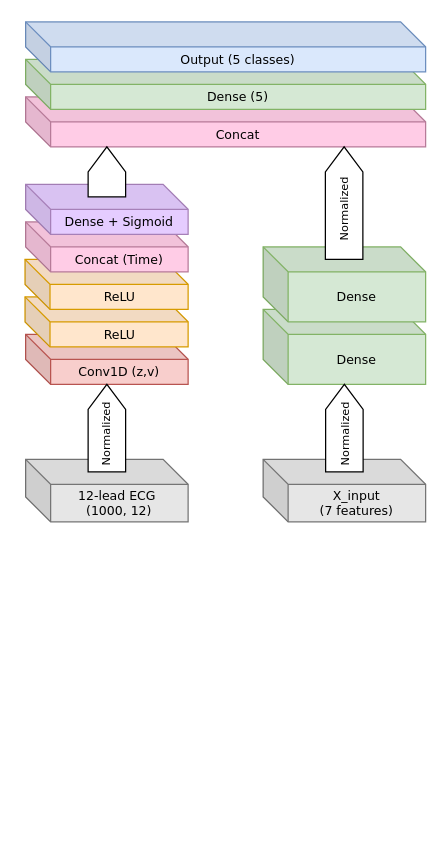
This is CNN.drawio from minh071289/AI_system, a draw.io file, before an edit. Source tidied: cells renumbered, new cells numbered last; positions are measured from the earlier drawing's top-left corner, leaving out a move shared by most shapes. Both pictures are drawn from the tidied source at 125%, with x=0, y=0 at pixel (25, 21).
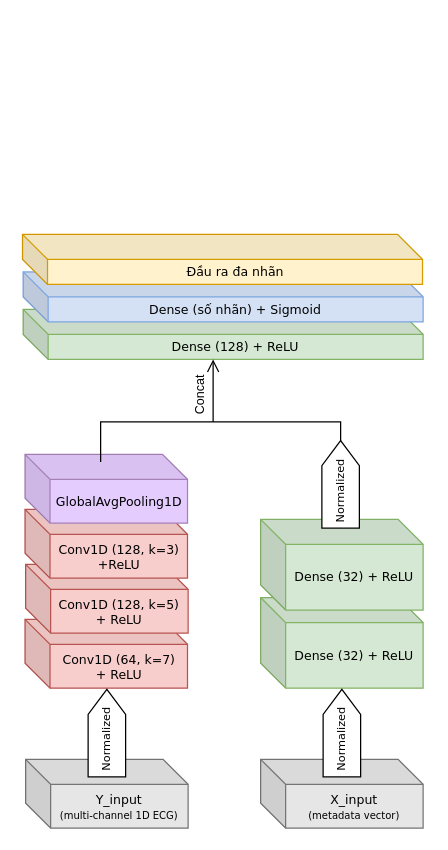
Above is the later version.

What changed in the source:
```diff
@@
-    <mxCell id="2" value="X_input&lt;div&gt;(7 features)&lt;/div&gt;" style="shape=cube;whiteSpace=wrap;html=1;boundedLbl=1;backgroundOutline=1;darkOpacity=0.05;darkOpacity2=0.1;fillColor=#E6E6E6;strokeColor=#757575;fontSize=10;fontFamily=Verdana;fontStyle=0;" parent="1" vertex="1">
-      <mxGeometry x="190" y="350" width="130" height="50" as="geometry" />
+    <mxCell id="2" value="X_input&lt;div&gt;&lt;font style=&quot;font-size: 8px;&quot;&gt;(metadata vector)&lt;/font&gt;&lt;/div&gt;" style="shape=cube;whiteSpace=wrap;html=1;boundedLbl=1;backgroundOutline=1;darkOpacity=0.05;darkOpacity2=0.1;fillColor=#E6E6E6;strokeColor=#757575;fontSize=10;fontFamily=Verdana;fontStyle=0;" parent="1" vertex="1">
+      <mxGeometry x="188" y="590" width="130" height="55" as="geometry" />
     </mxCell>
-    <mxCell id="3" value="12-lead ECG&amp;nbsp;&lt;div&gt;(1000, 12)&lt;/div&gt;" style="shape=cube;whiteSpace=wrap;html=1;boundedLbl=1;backgroundOutline=1;darkOpacity=0.05;darkOpacity2=0.1;fillColor=#E6E6E6;strokeColor=#757575;fontSize=10;fontFamily=Verdana;fontStyle=0;" parent="1" vertex="1">
-      <mxGeometry y="350" width="130" height="50" as="geometry" />
+    <mxCell id="3" value="Y_input&lt;div&gt;&lt;font style=&quot;font-size: 8px;&quot;&gt;(multi-channel 1D ECG)&lt;/font&gt;&lt;/div&gt;" style="shape=cube;whiteSpace=wrap;html=1;boundedLbl=1;backgroundOutline=1;darkOpacity=0.05;darkOpacity2=0.1;fillColor=#E6E6E6;strokeColor=#757575;fontSize=10;fontFamily=Verdana;fontStyle=0;" parent="1" vertex="1">
+      <mxGeometry y="590" width="130" height="55" as="geometry" />
     </mxCell>
-    <mxCell id="4" value="Conv1D (z,v)" style="shape=cube;whiteSpace=wrap;html=1;boundedLbl=1;backgroundOutline=1;darkOpacity=0.05;darkOpacity2=0.1;fillColor=#F8CECC;strokeColor=#B85450;fontSize=10;fontFamily=Verdana;fontStyle=0;" parent="1" vertex="1">
-      <mxGeometry y="250" width="130" height="40" as="geometry" />
+    <mxCell id="4" value="Conv1D (64, k=7)&lt;div&gt;+ ReLU&lt;/div&gt;" style="shape=cube;whiteSpace=wrap;html=1;boundedLbl=1;backgroundOutline=1;darkOpacity=0.05;darkOpacity2=0.1;fillColor=#F8CECC;strokeColor=#B85450;fontSize=10;fontFamily=Verdana;fontStyle=0;" parent="1" vertex="1">
+      <mxGeometry x="-0.5" y="478" width="130" height="55" as="geometry" />
     </mxCell>
-    <mxCell id="5" value="&lt;font&gt;Concat&lt;/font&gt;" style="shape=cube;whiteSpace=wrap;html=1;boundedLbl=1;backgroundOutline=1;darkOpacity=0.05;darkOpacity2=0.1;fillColor=#FFCCE6;strokeColor=#B77B99;fontSize=10;fontFamily=Verdana;fontStyle=0;" parent="1" vertex="1">
-      <mxGeometry y="60" width="320" height="40" as="geometry" />
-    </mxCell>
     <mxCell id="6" style="html=1;shadow=0;dashed=0;align=center;verticalAlign=middle;shape=mxgraph.arrows2.arrow;dy=0;dx=20.05;direction=north;notch=0;fontSize=10;fontFamily=Verdana;fontStyle=0;" parent="1" vertex="1">
-      <mxGeometry x="50" y="290" width="30" height="70" as="geometry" />
+      <mxGeometry x="50" y="534" width="30" height="70" as="geometry" />
     </mxCell>
-    <mxCell id="7" value="ReLU" style="shape=cube;whiteSpace=wrap;html=1;boundedLbl=1;backgroundOutline=1;darkOpacity=0.05;darkOpacity2=0.1;fillColor=#FFE6CC;strokeColor=#D79B00;fontSize=10;fontFamily=Verdana;fontStyle=0;" parent="1" vertex="1">
-      <mxGeometry x="-0.5" y="220" width="130.5" height="40" as="geometry" />
-    </mxCell>
-    <mxCell id="8" value="ReLU" style="shape=cube;whiteSpace=wrap;html=1;boundedLbl=1;backgroundOutline=1;darkOpacity=0.05;darkOpacity2=0.1;fillColor=#FFE6CC;strokeColor=#D79B00;fontSize=10;fontFamily=Verdana;fontStyle=0;" parent="1" vertex="1">
-      <mxGeometry x="-0.5" y="190" width="130.5" height="40" as="geometry" />
-    </mxCell>
-    <mxCell id="9" value="Concat (Time)" style="shape=cube;whiteSpace=wrap;html=1;boundedLbl=1;backgroundOutline=1;darkOpacity=0.05;darkOpacity2=0.1;fillColor=#FFCCE6;strokeColor=#B77B99;fontSize=10;fontFamily=Verdana;fontStyle=0;" parent="1" vertex="1">
-      <mxGeometry y="160" width="130" height="40" as="geometry" />
-    </mxCell>
-    <mxCell id="10" value="&lt;font&gt;Dense + Sigmoid&lt;/font&gt;" style="shape=cube;whiteSpace=wrap;html=1;boundedLbl=1;backgroundOutline=1;darkOpacity=0.05;darkOpacity2=0.1;fillColor=#E5CCFF;strokeColor=#A680B8;fontSize=10;fontFamily=Verdana;fontStyle=0;" parent="1" vertex="1">
-      <mxGeometry y="130" width="130" height="40" as="geometry" />
-    </mxCell>
-    <mxCell id="11" value="Dense" style="shape=cube;whiteSpace=wrap;html=1;boundedLbl=1;backgroundOutline=1;darkOpacity=0.05;darkOpacity2=0.1;fillColor=#D5E8D4;strokeColor=#82B366;fontSize=10;fontFamily=Verdana;fontStyle=0;" parent="1" vertex="1">
-      <mxGeometry x="190" y="230" width="130" height="60" as="geometry" />
+    <mxCell id="11" value="Dense (32) + ReLU" style="shape=cube;whiteSpace=wrap;html=1;boundedLbl=1;backgroundOutline=1;darkOpacity=0.05;darkOpacity2=0.1;fillColor=#D5E8D4;strokeColor=#82B366;fontSize=10;fontFamily=Verdana;fontStyle=0;" parent="1" vertex="1">
+      <mxGeometry x="188" y="460.5" width="130" height="72.5" as="geometry" />
     </mxCell>
-    <mxCell id="12" style="html=1;shadow=0;dashed=0;align=center;verticalAlign=middle;shape=mxgraph.arrows2.arrow;dy=0;dx=20.05;direction=north;notch=0;fontSize=10;fontFamily=Verdana;fontStyle=0;" parent="1" vertex="1">
-      <mxGeometry x="50" y="100" width="30" height="40" as="geometry" />
-    </mxCell>
+    <mxCell id="15" value="&lt;font style=&quot;font-size: 9px;&quot;&gt;Normalized&lt;/font&gt;" style="text;html=1;align=center;verticalAlign=middle;whiteSpace=wrap;rounded=0;rotation=-90;fontFamily=Verdana;fontSize=10;fontStyle=0;" parent="1" vertex="1">
+      <mxGeometry x="34" y="559" width="60" height="30" as="geometry" />
+    </mxCell>
+    <mxCell id="21" value="Conv1D (128, k=5)&lt;div&gt;+ ReLU&lt;/div&gt;" style="shape=cube;whiteSpace=wrap;html=1;boundedLbl=1;backgroundOutline=1;darkOpacity=0.05;darkOpacity2=0.1;fillColor=#F8CECC;strokeColor=#B85450;fontSize=10;fontFamily=Verdana;fontStyle=0;" parent="1" vertex="1">
+      <mxGeometry y="434" width="130" height="55" as="geometry" />
+    </mxCell>
+    <mxCell id="22" value="Dense (32) + ReLU" style="shape=cube;whiteSpace=wrap;html=1;boundedLbl=1;backgroundOutline=1;darkOpacity=0.05;darkOpacity2=0.1;fillColor=#D5E8D4;strokeColor=#82B366;fontSize=10;fontFamily=Verdana;fontStyle=0;" parent="1" vertex="1">
+      <mxGeometry x="188" y="398" width="130" height="72.5" as="geometry" />
+    </mxCell>
+    <mxCell id="23" style="html=1;shadow=0;dashed=0;align=center;verticalAlign=middle;shape=mxgraph.arrows2.arrow;dy=0;dx=20.05;direction=north;notch=0;fontSize=10;fontFamily=Verdana;fontStyle=0;" parent="1" vertex="1">
+      <mxGeometry x="238" y="534" width="30" height="70" as="geometry" />
+    </mxCell>
+    <mxCell id="24" value="&lt;font style=&quot;font-size: 9px;&quot;&gt;Normalized&lt;/font&gt;" style="text;html=1;align=center;verticalAlign=middle;whiteSpace=wrap;rounded=0;rotation=-90;fontFamily=Verdana;fontSize=10;fontStyle=0;" parent="1" vertex="1">
+      <mxGeometry x="222" y="559" width="60" height="30" as="geometry" />
+    </mxCell>
+    <mxCell id="25" value="Conv1D (128, k=3)&lt;div&gt;+ReLU&lt;/div&gt;" style="shape=cube;whiteSpace=wrap;html=1;boundedLbl=1;backgroundOutline=1;darkOpacity=0.05;darkOpacity2=0.1;fillColor=#F8CECC;strokeColor=#B85450;fontSize=10;fontFamily=Verdana;fontStyle=0;" parent="1" vertex="1">
+      <mxGeometry x="-0.5" y="390" width="130" height="55" as="geometry" />
+    </mxCell>
+    <mxCell id="26" value="&lt;font&gt;Dense (128) + ReLU&lt;/font&gt;" style="shape=cube;whiteSpace=wrap;html=1;boundedLbl=1;backgroundOutline=1;darkOpacity=0.05;darkOpacity2=0.1;fillColor=#D5E8D4;strokeColor=light-dark(#82B366,#B9936E);fontSize=10;fontFamily=Verdana;fontStyle=0;" parent="1" vertex="1">
+      <mxGeometry x="-2" y="230" width="320" height="40" as="geometry" />
+    </mxCell>
+    <mxCell id="27" style="html=1;shadow=0;dashed=0;align=center;verticalAlign=middle;shape=mxgraph.arrows2.arrow;dy=0;dx=20.05;direction=north;notch=0;fontSize=10;fontFamily=Verdana;fontStyle=0;" parent="1" vertex="1">
+      <mxGeometry x="237" y="335" width="30" height="70" as="geometry" />
+    </mxCell>
+    <mxCell id="28" style="endArrow=open;startArrow=none;endFill=0;startFill=0;html=1;verticalAlign=bottom;labelBackgroundColor=none;strokeWidth=1;startSize=8;endSize=8;rounded=0;" parent="1" edge="1">
+      <mxGeometry relative="1" as="geometry">
+        <mxPoint x="150" y="320" as="sourcePoint" />
+        <mxPoint x="150" y="270" as="targetPoint" />
+      </mxGeometry>
+    </mxCell>
+    <mxCell id="29" value="&lt;font style=&quot;font-size: 9px;&quot;&gt;Normalized&lt;/font&gt;" style="text;html=1;align=center;verticalAlign=middle;whiteSpace=wrap;rounded=0;rotation=-90;fontFamily=Verdana;fontSize=10;fontStyle=0;" parent="1" vertex="1">
+      <mxGeometry x="221" y="360.5" width="60" height="30" as="geometry" />
+    </mxCell>
-    <mxCell id="13" value="&lt;font&gt;Dense (5)&lt;/font&gt;" style="shape=cube;whiteSpace=wrap;html=1;boundedLbl=1;backgroundOutline=1;darkOpacity=0.05;darkOpacity2=0.1;fillColor=#D5E8D4;strokeColor=#82B366;fontSize=10;fontFamily=Verdana;fontStyle=0;" parent="1" vertex="1">
-      <mxGeometry y="30" width="320" height="40" as="geometry" />
+    <mxCell id="13" value="&lt;font&gt;Dense (số nhãn) + Sigmoid&lt;/font&gt;" style="shape=cube;whiteSpace=wrap;html=1;boundedLbl=1;backgroundOutline=1;darkOpacity=0.05;darkOpacity2=0.1;fillColor=#D4E1F5;strokeColor=#7EA6E0;fontSize=10;fontFamily=Verdana;fontStyle=0;" parent="1" vertex="1">
+      <mxGeometry x="-2" y="200" width="320" height="40" as="geometry" />
     </mxCell>
-    <mxCell id="14" value="&lt;font&gt;Output (5 classes)&lt;/font&gt;" style="shape=cube;whiteSpace=wrap;html=1;boundedLbl=1;backgroundOutline=1;darkOpacity=0.05;darkOpacity2=0.1;fillColor=#DAE8FC;fontSize=10;fontFamily=Verdana;strokeColor=#6C8EBF;fontStyle=0;" parent="1" vertex="1">
-      <mxGeometry width="320" height="40" as="geometry" />
+    <mxCell id="14" value="Đầu ra đa nhãn" style="shape=cube;whiteSpace=wrap;html=1;boundedLbl=1;backgroundOutline=1;darkOpacity=0.05;darkOpacity2=0.1;fillColor=#FFF2CC;fontSize=10;fontFamily=Verdana;strokeColor=light-dark(#D79B00,#B9936E);fontStyle=0;" parent="1" vertex="1">
+      <mxGeometry x="-2.5" y="170" width="320" height="40" as="geometry" />
     </mxCell>
-    <mxCell id="15" value="&lt;font style=&quot;font-size: 9px;&quot;&gt;Normalized&lt;/font&gt;" style="text;html=1;align=center;verticalAlign=middle;whiteSpace=wrap;rounded=0;rotation=-90;fontFamily=Verdana;fontSize=10;fontStyle=0;" parent="1" vertex="1">
-      <mxGeometry x="33.8" y="315" width="60" height="30" as="geometry" />
-    </mxCell>
-    <mxCell id="16" style="html=1;shadow=0;dashed=0;align=center;verticalAlign=middle;shape=mxgraph.arrows2.arrow;dy=0;dx=20.05;direction=north;notch=0;fontSize=10;fontFamily=Verdana;fontStyle=0;" parent="1" vertex="1">
-      <mxGeometry x="240" y="290" width="30" height="70" as="geometry" />
-    </mxCell>
-    <mxCell id="17" value="&lt;font style=&quot;font-size: 9px;&quot;&gt;Normalized&lt;/font&gt;" style="text;html=1;align=center;verticalAlign=middle;whiteSpace=wrap;rounded=0;rotation=-90;fontFamily=Verdana;fontSize=10;fontStyle=0;" parent="1" vertex="1">
-      <mxGeometry x="224.8" y="315" width="60" height="30" as="geometry" />
-    </mxCell>
-    <mxCell id="18" value="Dense" style="shape=cube;whiteSpace=wrap;html=1;boundedLbl=1;backgroundOutline=1;darkOpacity=0.05;darkOpacity2=0.1;fillColor=#D5E8D4;strokeColor=#82B366;fontSize=10;fontFamily=Verdana;fontStyle=0;" parent="1" vertex="1">
-      <mxGeometry x="190" y="180" width="130" height="60" as="geometry" />
-    </mxCell>
-    <mxCell id="19" style="html=1;shadow=0;dashed=0;align=center;verticalAlign=middle;shape=mxgraph.arrows2.arrow;dy=0;dx=20.05;direction=north;notch=0;fontSize=10;fontFamily=Verdana;fontStyle=0;" parent="1" vertex="1">
-      <mxGeometry x="239.8" y="100" width="30" height="90" as="geometry" />
-    </mxCell>
-    <mxCell id="20" value="&lt;font style=&quot;font-size: 9px;&quot;&gt;Normalized&lt;/font&gt;" style="text;html=1;align=center;verticalAlign=middle;whiteSpace=wrap;rounded=0;rotation=-90;fontFamily=Verdana;fontSize=10;fontStyle=0;" parent="1" vertex="1">
-      <mxGeometry x="224.8" y="135" width="60" height="30" as="geometry" />
-    </mxCell>
+    <mxCell id="10" value="&lt;font&gt;GlobalAvgPooling1D&lt;/font&gt;" style="shape=cube;whiteSpace=wrap;html=1;boundedLbl=1;backgroundOutline=1;darkOpacity=0.05;darkOpacity2=0.1;fillColor=#E5CCFF;strokeColor=#A680B8;fontSize=10;fontFamily=Verdana;fontStyle=0;" parent="1" vertex="1">
+      <mxGeometry x="-0.5" y="346" width="130" height="55" as="geometry" />
+    </mxCell>
+    <mxCell id="30" style="edgeStyle=segmentEdgeStyle;endArrow=none;html=1;curved=0;rounded=0;endSize=8;startSize=8;startFill=0;entryX=1;entryY=0.5;entryDx=0;entryDy=0;entryPerimeter=0;" parent="1" edge="1" target="27">
+      <mxGeometry relative="1" as="geometry">
+        <mxPoint x="60" y="352" as="sourcePoint" />
+        <Array as="points">
+          <mxPoint x="60" y="320" />
+          <mxPoint x="252" y="320" />
+        </Array>
+      </mxGeometry>
+    </mxCell>
+    <mxCell id="5" value="&lt;font style=&quot;font-size: 10px;&quot;&gt;Concat&lt;/font&gt;" style="edgeLabel;html=1;align=center;verticalAlign=middle;rotation=-90;" parent="30" vertex="1">
+      <mxGeometry y="1" relative="1" as="geometry">
+        <mxPoint x="-10" y="-19" as="offset" />
+      </mxGeometry>
+    </mxCell>
```
